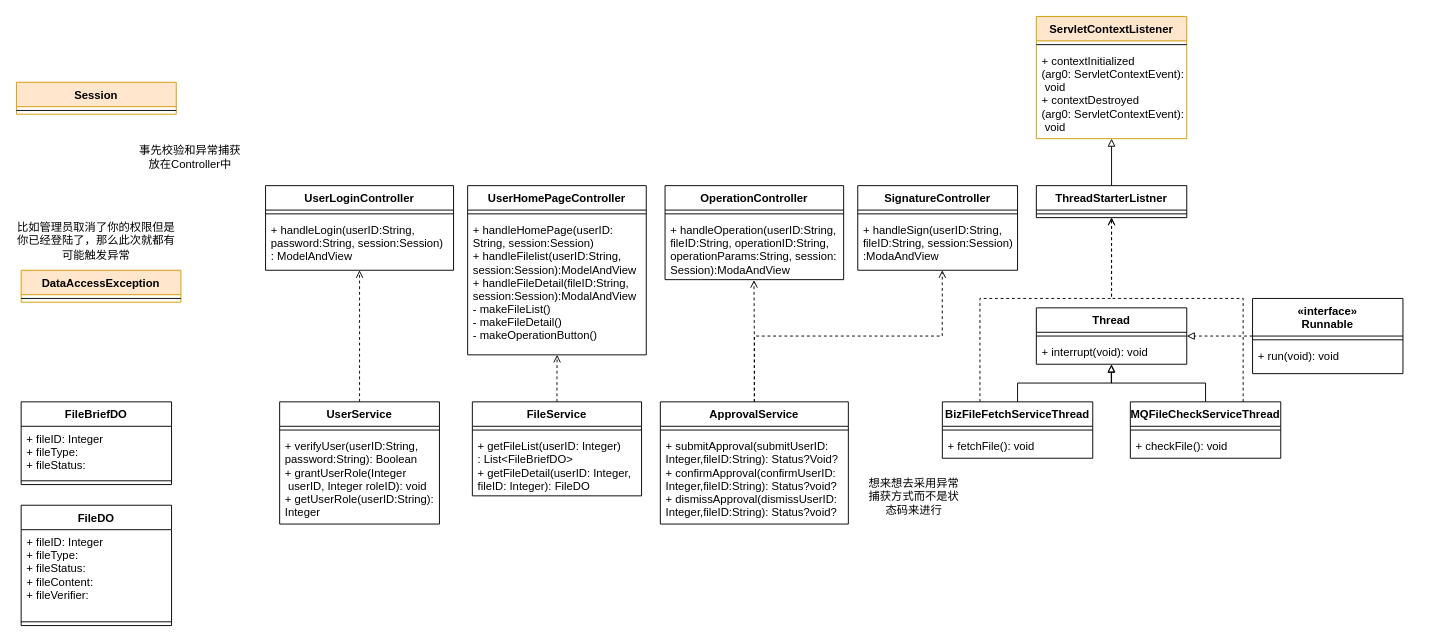
Earlier version of the draw.io diagram 类图.drawio (CTmH/PaperlessBusiness). Source tidied: cells renumbered, new cells numbered last; positions are measured from the earlier drawing's top-left corner, leaving out a move shared by most shapes. Both pictures are drawn from the tidied source at 94%, with x=0, y=0 at pixel (16, 16).
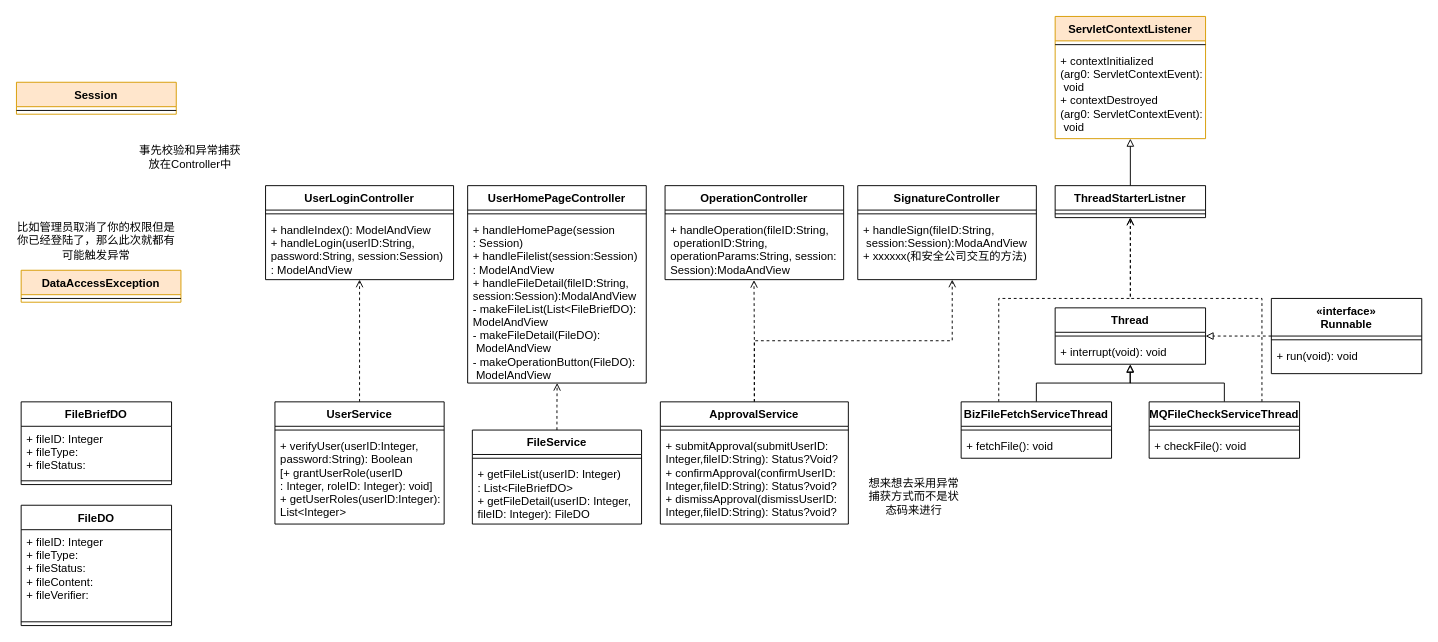
Above is the later version.

Unchanged cells that the change refers to:
```xml
<mxCell id="8" value="OperationController" style="swimlane;fontStyle=1;align=center;verticalAlign=top;horizontal=1;startSize=26;" parent="1" vertex="1">
  <mxGeometry x="690" y="180" width="190" height="100" as="geometry" />
</mxCell>
```

Diff of the diagram source:
```diff
@@
     <mxCell id="2" value="UserLoginController" style="swimlane;fontStyle=1;align=center;verticalAlign=top;horizontal=1;startSize=26;" parent="1" vertex="1">
-      <mxGeometry x="265" y="180" width="200" height="90" as="geometry" />
+      <mxGeometry x="265" y="180" width="200" height="100" as="geometry" />
     </mxCell>
@@
-    <mxCell id="4" value="+ handleLogin(userID:String,&#10;password:String, session:Session)&#10;: ModelAndView" style="text;strokeColor=none;fillColor=none;align=left;verticalAlign=top;spacingLeft=4;spacingRight=4;overflow=hidden;" parent="2" vertex="1">
-      <mxGeometry y="34" width="200" height="56" as="geometry" />
+    <mxCell id="4" value="+ handleIndex(): ModelAndView&#10;+ handleLogin(userID:String,&#10;password:String, session:Session)&#10;: ModelAndView" style="text;strokeColor=none;fillColor=none;align=left;verticalAlign=top;spacingLeft=4;spacingRight=4;overflow=hidden;" parent="2" vertex="1">
+      <mxGeometry y="34" width="200" height="66" as="geometry" />
     </mxCell>
     <mxCell id="5" value="UserHomePageController" style="swimlane;fontStyle=1;align=center;verticalAlign=top;horizontal=1;startSize=26;" parent="1" vertex="1">
-      <mxGeometry x="480" y="180" width="190" height="180" as="geometry" />
+      <mxGeometry x="480" y="180" width="190" height="210" as="geometry" />
     </mxCell>
@@
-    <mxCell id="7" value="+ handleHomePage(userID:&#10;String, session:Session)&#10;+ handleFilelist(userID:String,&#10;session:Session):ModelAndView&#10;+ handleFileDetail(fileID:String,&#10;session:Session):ModalAndView&#10;- makeFileList()&#10;- makeFileDetail()&#10;- makeOperationButton()" style="text;strokeColor=none;fillColor=none;align=left;verticalAlign=top;spacingLeft=4;spacingRight=4;overflow=hidden;points=[[0,0.5],[1,0.5]];portConstraint=eastwest;" parent="5" vertex="1">
-      <mxGeometry y="34" width="190" height="146" as="geometry" />
+    <mxCell id="7" value="+ handleHomePage(session&#10;: Session)&#10;+ handleFilelist(session:Session)&#10;: ModelAndView&#10;+ handleFileDetail(fileID:String,&#10;session:Session):ModalAndView&#10;- makeFileList(List&lt;FileBriefDO):&#10;ModelAndView&#10;- makeFileDetail(FileDO):&#10; ModelAndView&#10;- makeOperationButton(FileDO):&#10; ModelAndView" style="text;strokeColor=none;fillColor=none;align=left;verticalAlign=top;spacingLeft=4;spacingRight=4;overflow=hidden;points=[[0,0.5],[1,0.5]];portConstraint=eastwest;" parent="5" vertex="1">
+      <mxGeometry y="34" width="190" height="176" as="geometry" />
     </mxCell>
@@
-    <mxCell id="10" value="+ handleOperation(userID:String,&#10;fileID:String, operationID:String,&#10;operationParams:String, session:&#10;Session):ModaAndView" style="text;strokeColor=none;fillColor=none;align=left;verticalAlign=top;spacingLeft=4;spacingRight=4;overflow=hidden;points=[[0,0.5],[1,0.5]];portConstraint=eastwest;" parent="8" vertex="1">
+    <mxCell id="10" value="+ handleOperation(fileID:String,&#10; operationID:String,&#10;operationParams:String, session:&#10;Session):ModaAndView" style="text;strokeColor=none;fillColor=none;align=left;verticalAlign=top;spacingLeft=4;spacingRight=4;overflow=hidden;points=[[0,0.5],[1,0.5]];portConstraint=eastwest;" parent="8" vertex="1">
       <mxGeometry y="34" width="190" height="66" as="geometry" />
     </mxCell>
     <mxCell id="11" value="SignatureController" style="swimlane;fontStyle=1;align=center;verticalAlign=top;horizontal=1;startSize=26;" parent="1" vertex="1">
-      <mxGeometry x="895" y="180" width="170" height="90" as="geometry" />
+      <mxGeometry x="895" y="180" width="190" height="100" as="geometry" />
     </mxCell>
     <mxCell id="12" style="line;strokeWidth=1;fillColor=none;align=left;verticalAlign=middle;spacingTop=-1;spacingLeft=3;spacingRight=3;labelPosition=right;" parent="11" vertex="1">
-      <mxGeometry y="26" width="170" height="8" as="geometry" />
+      <mxGeometry y="26" width="190" height="8" as="geometry" />
     </mxCell>
-    <mxCell id="13" value="+ handleSign(userID:String,&#10;fileID:String, session:Session)&#10;:ModaAndView" style="text;strokeColor=none;fillColor=none;align=left;verticalAlign=top;spacingLeft=4;spacingRight=4;overflow=hidden;points=[[0,0.5],[1,0.5]];portConstraint=eastwest;" parent="11" vertex="1">
-      <mxGeometry y="34" width="170" height="56" as="geometry" />
+    <mxCell id="13" value="+ handleSign(fileID:String,&#10; session:Session):ModaAndView&#10;+ xxxxxx(和安全公司交互的方法)" style="text;strokeColor=none;fillColor=none;align=left;verticalAlign=top;spacingLeft=4;spacingRight=4;overflow=hidden;points=[[0,0.5],[1,0.5]];portConstraint=eastwest;" parent="11" vertex="1">
+      <mxGeometry y="34" width="190" height="66" as="geometry" />
     </mxCell>
@@
     <mxCell id="15" value="UserService" style="swimlane;fontStyle=1;align=center;verticalAlign=top;horizontal=1;startSize=26;" parent="1" vertex="1">
-      <mxGeometry x="280" y="410" width="170" height="130" as="geometry" />
+      <mxGeometry x="275" y="410" width="180" height="130" as="geometry" />
     </mxCell>
     <mxCell id="16" style="line;strokeWidth=1;fillColor=none;align=left;verticalAlign=middle;spacingTop=-1;spacingLeft=3;spacingRight=3;labelPosition=right;" parent="15" vertex="1">
-      <mxGeometry y="26" width="170" height="8" as="geometry" />
+      <mxGeometry y="26" width="180" height="8" as="geometry" />
     </mxCell>
-    <mxCell id="17" value="+ verifyUser(userID:String,&#10;password:String): Boolean&#10;+ grantUserRole(Integer&#10; userID, Integer roleID): void&#10;+ getUserRole(userID:String):&#10;Integer" style="text;strokeColor=none;fillColor=none;align=left;verticalAlign=top;spacingLeft=4;spacingRight=4;overflow=hidden;" parent="15" vertex="1">
-      <mxGeometry y="34" width="170" height="96" as="geometry" />
+    <mxCell id="17" value="+ verifyUser(userID:Integer,&#10;password:String): Boolean&#10;[+ grantUserRole(userID&#10;: Integer, roleID: Integer): void]&#10;+ getUserRoles(userID:Integer):&#10;List&lt;Integer&gt;" style="text;strokeColor=none;fillColor=none;align=left;verticalAlign=top;spacingLeft=4;spacingRight=4;overflow=hidden;labelBackgroundColor=none;" parent="15" vertex="1">
+      <mxGeometry y="34" width="180" height="96" as="geometry" />
     </mxCell>
@@
     <mxCell id="22" value="FileService" style="swimlane;fontStyle=1;align=center;verticalAlign=top;horizontal=1;startSize=26;" parent="1" vertex="1">
-      <mxGeometry x="485" y="410" width="180" height="100" as="geometry" />
+      <mxGeometry x="485" y="440" width="180" height="100" as="geometry" />
     </mxCell>
@@
     <mxCell id="29" style="edgeStyle=orthogonalEdgeStyle;rounded=0;jettySize=auto;html=1;exitX=0.25;exitY=0;exitDx=0;exitDy=0;entryX=0.5;entryY=1;entryDx=0;entryDy=0;dashed=1;endArrow=open;endFill=0;" parent="1" edge="1" source="30" target="54">
       <mxGeometry relative="1" as="geometry">
         <Array as="points">
-          <mxPoint x="1025" y="300" />
-          <mxPoint x="1165" y="300" />
+          <mxPoint x="1045" y="300" />
+          <mxPoint x="1185" y="300" />
         </Array>
       </mxGeometry>
     </mxCell>
     <mxCell id="30" value="BizFileFetchServiceThread" style="swimlane;fontStyle=1;align=center;verticalAlign=top;horizontal=1;startSize=26;" parent="1" vertex="1">
-      <mxGeometry x="985" y="410" width="160" height="60" as="geometry" />
+      <mxGeometry x="1005" y="410" width="160" height="60" as="geometry" />
     </mxCell>
@@
     <mxCell id="38" value="Thread" style="swimlane;fontStyle=1;align=center;verticalAlign=top;horizontal=1;startSize=26;" parent="1" vertex="1">
-      <mxGeometry x="1085" y="310" width="160" height="60" as="geometry" />
+      <mxGeometry x="1105" y="310" width="160" height="60" as="geometry" />
     </mxCell>
@@
     <mxCell id="43" style="edgeStyle=orthogonalEdgeStyle;rounded=0;jettySize=auto;html=1;exitX=0.75;exitY=0;exitDx=0;exitDy=0;dashed=1;endArrow=open;endFill=0;entryX=0.5;entryY=1;entryDx=0;entryDy=0;" parent="1" edge="1" source="44" target="54">
       <mxGeometry relative="1" as="geometry">
         <Array as="points">
-          <mxPoint x="1305" y="300" />
-          <mxPoint x="1165" y="300" />
+          <mxPoint x="1325" y="300" />
+          <mxPoint x="1185" y="300" />
         </Array>
       </mxGeometry>
     </mxCell>
     <mxCell id="44" value="MQFileCheckServiceThread" style="swimlane;fontStyle=1;align=center;verticalAlign=top;horizontal=1;startSize=26;" parent="1" vertex="1">
-      <mxGeometry x="1185" y="410" width="160" height="60" as="geometry" />
+      <mxGeometry x="1205" y="410" width="160" height="60" as="geometry" />
     </mxCell>
@@
     <mxCell id="47" value="«interface»&#10;Runnable" style="swimlane;fontStyle=1;align=center;verticalAlign=top;horizontal=1;startSize=40;" parent="1" vertex="1">
-      <mxGeometry x="1315" y="300" width="160" height="80" as="geometry" />
+      <mxGeometry x="1335" y="300" width="160" height="80" as="geometry" />
     </mxCell>
@@
     <mxCell id="50" value="ServletContextListener" style="swimlane;fontStyle=1;align=center;verticalAlign=top;horizontal=1;startSize=26;fillColor=#ffe6cc;strokeColor=#d79b00;" parent="1" vertex="1">
-      <mxGeometry x="1085" width="160" height="130" as="geometry" />
+      <mxGeometry x="1105" width="160" height="130" as="geometry" />
     </mxCell>
@@
     <mxCell id="54" value="ThreadStarterListner" style="swimlane;fontStyle=1;align=center;verticalAlign=top;horizontal=1;startSize=26;" parent="1" vertex="1">
-      <mxGeometry x="1085" y="180" width="160" height="34" as="geometry" />
+      <mxGeometry x="1105" y="180" width="160" height="34" as="geometry" />
     </mxCell>
```
